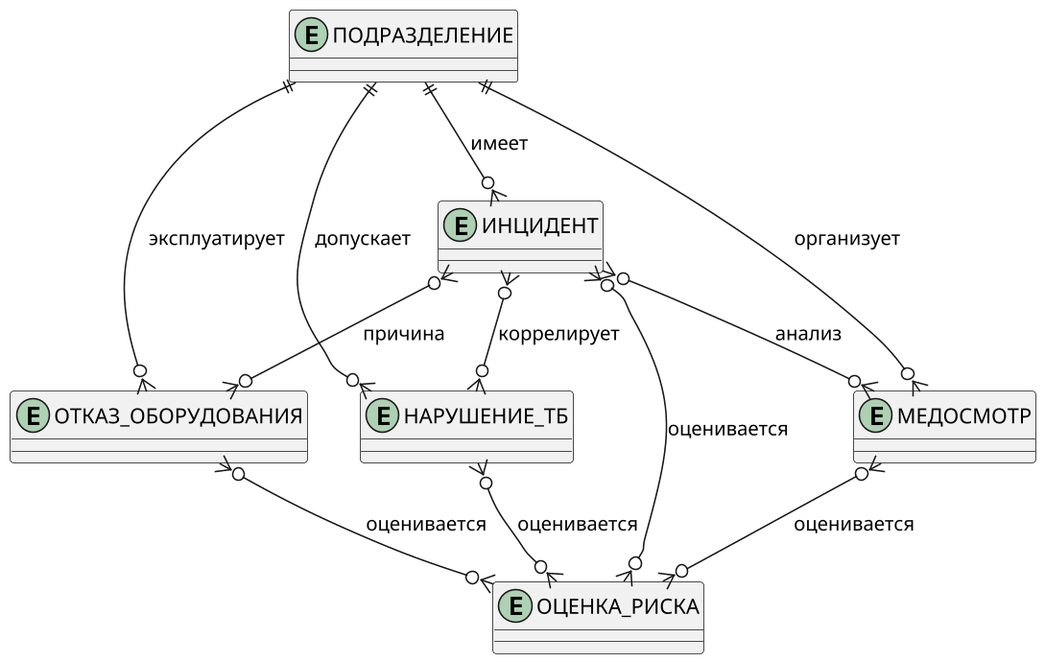
The PlantUML diagram docs/diagrams/conceptual_model.png in Ah3ron/diplom4, before a commit.
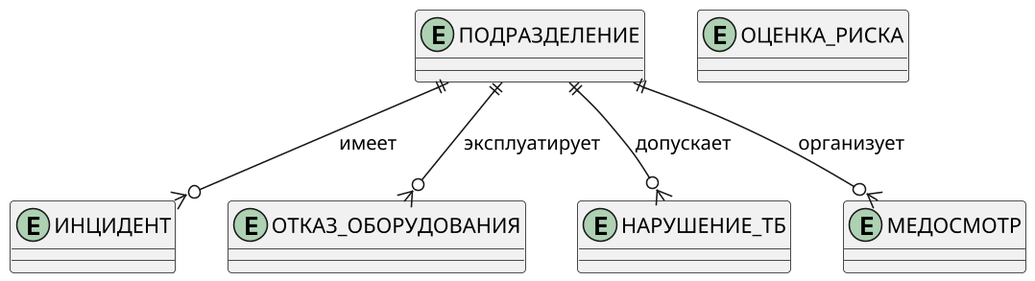
The same file after the commit.

What changed in the source:
```diff
@@ -24,11 +24,4 @@
 dept ||--o{ fail : "эксплуатирует"
 dept ||--o{ viol : "допускает"
 dept ||--o{ med : "организует"
-inc }o--o{ fail : "причина"
-inc }o--o{ viol : "коррелирует"
-inc }o--o{ med : "анализ"
-inc }o--o{ risk : "оценивается"
-fail }o--o{ risk : "оценивается"
-viol }o--o{ risk : "оценивается"
-med }o--o{ risk : "оценивается"
 @enduml
```
